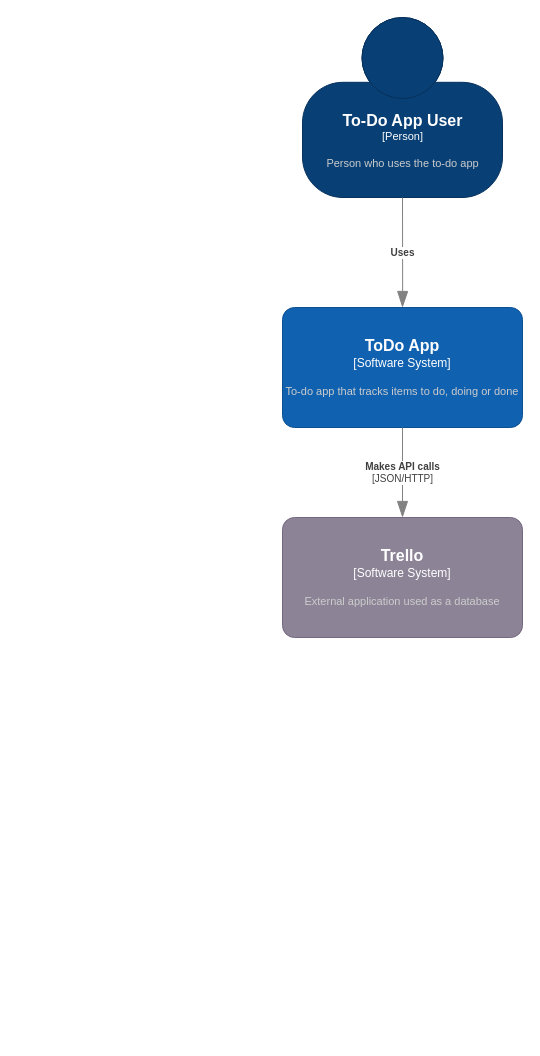
Above: documentation/todoapp_context_diagram.drawio in markrobertdunn/DevOps-Course-Starter (draw.io), before the change. Source tidied: cells renumbered, new cells numbered last; positions are measured from the earlier drawing's top-left corner, leaving out a move shared by most shapes. Both pictures are drawn from the tidied source at 100%, with x=0, y=0 at pixel (282, 17).
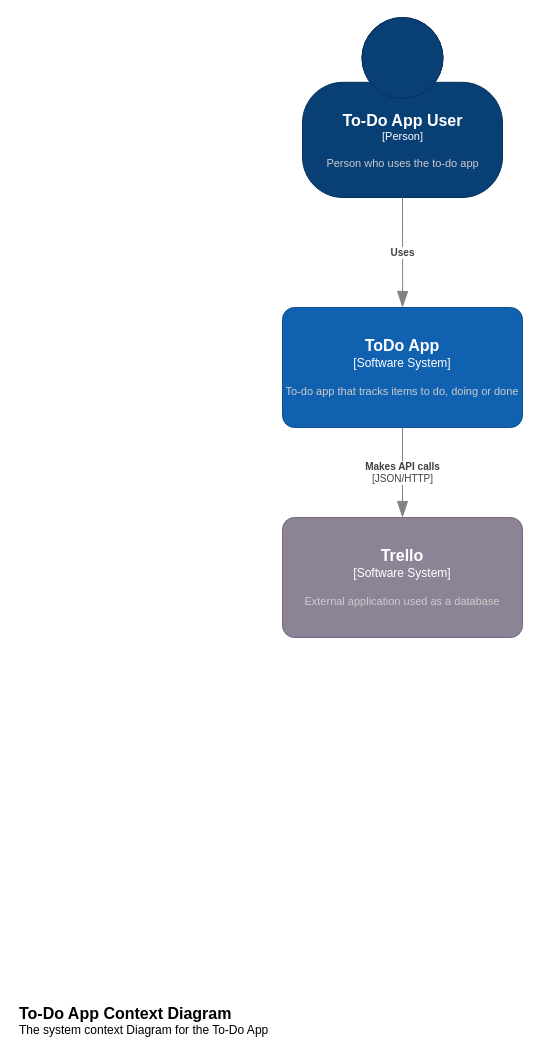
Above is the later version.

Commit message:
completed c4 diagrams

Diff of the diagram source:
```diff
@@
 <mxGraphModel>
   <root>
     <mxCell id="0" />
     <mxCell id="1" parent="0" />
     <object id="2" label="&lt;font style=&quot;font-size: 16px&quot;&gt;&lt;b&gt;%c4Name%&lt;/b&gt;&lt;/font&gt;&lt;div&gt;[%c4Type%]&lt;/div&gt;&lt;br&gt;&lt;div&gt;&lt;font style=&quot;font-size: 11px&quot;&gt;&lt;font color=&quot;#cccccc&quot;&gt;%c4Description%&lt;/font&gt;&lt;/div&gt;" c4Description="Person who uses the to-do app" c4Name="To-Do App User" c4Type="Person" placeholders="1">
       <mxCell style="html=1;fontSize=11;dashed=0;whitespace=wrap;fillColor=#083F75;strokeColor=#06315C;fontColor=#ffffff;shape=mxgraph.c4.person2;align=center;" parent="1" vertex="1">
         <mxGeometry x="20" width="200" height="180" as="geometry" />
       </mxCell>
     </object>
     <object id="3" label="&lt;font style=&quot;font-size: 16px&quot;&gt;&lt;b&gt;%c4Name%&lt;/b&gt;&lt;/font&gt;&lt;div&gt;[%c4Type%]&lt;/div&gt;&lt;br&gt;&lt;div&gt;&lt;font style=&quot;font-size: 11px&quot;&gt;&lt;font color=&quot;#cccccc&quot;&gt;%c4Description%&lt;/font&gt;&lt;/div&gt;" c4Description="To-do app that tracks items to do, doing or done" c4Name="ToDo App" c4Type="Software System" placeholders="1">
       <mxCell style="rounded=1;whiteSpace=wrap;html=1;labelBackgroundColor=none;fillColor=#1061B0;fontColor=#ffffff;align=center;arcSize=10;strokeColor=#0D5091;points=[[0.25,0,0],[0.5,0,0],[0.75,0,0],[1,0.25,0],[1,0.5,0],[1,0.75,0],[0.75,1,0],[0.5,1,0],[0.25,1,0],[0,0.75,0],[0,0.5,0],[0,0.25,0]];" parent="1" vertex="1">
         <mxGeometry y="290" width="240" height="120" as="geometry" />
       </mxCell>
     </object>
     <object id="4" label="&lt;div style=&quot;text-align: left&quot;&gt;&lt;div style=&quot;text-align: center&quot;&gt;&lt;b&gt;%c4Description%&lt;/b&gt;&lt;/div&gt;" c4Description="Uses" placeholders="1">
       <mxCell style="endArrow=blockThin;html=1;fontSize=10;fontColor=#404040;strokeWidth=1;endFill=1;strokeColor=#828282;elbow=vertical;endSize=14;startSize=14;jumpStyle=arc;jumpSize=16;rounded=0;edgeStyle=orthogonalEdgeStyle;entryX=0.5;entryY=0;entryDx=0;entryDy=0;entryPerimeter=0;" parent="1" edge="1" target="3">
         <mxGeometry relative="1" as="geometry">
           <mxPoint x="120" y="180" as="sourcePoint" />
         </mxGeometry>
       </mxCell>
     </object>
     <object id="5" label="&lt;font style=&quot;font-size: 16px&quot;&gt;&lt;b&gt;%c4Name%&lt;/b&gt;&lt;/font&gt;&lt;div&gt;[%c4Type%]&lt;/div&gt;&lt;br&gt;&lt;div&gt;&lt;font style=&quot;font-size: 11px&quot;&gt;&lt;font color=&quot;#cccccc&quot;&gt;%c4Description%&lt;/font&gt;&lt;/div&gt;" c4Description="External application used as a database" c4Name="Trello" c4Type="Software System" placeholders="1">
       <mxCell style="rounded=1;whiteSpace=wrap;html=1;labelBackgroundColor=none;fillColor=#8C8496;fontColor=#ffffff;align=center;arcSize=10;strokeColor=#736782;points=[[0.25,0,0],[0.5,0,0],[0.75,0,0],[1,0.25,0],[1,0.5,0],[1,0.75,0],[0.75,1,0],[0.5,1,0],[0.25,1,0],[0,0.75,0],[0,0.5,0],[0,0.25,0]];" parent="1" vertex="1">
         <mxGeometry y="500" width="240" height="120" as="geometry" />
       </mxCell>
     </object>
     <object id="6" label="&lt;div style=&quot;text-align: left&quot;&gt;&lt;div style=&quot;text-align: center&quot;&gt;&lt;b&gt;%c4Description%&lt;/b&gt;&lt;/div&gt;&lt;div style=&quot;text-align: center&quot;&gt;[%c4Technology%]&lt;/div&gt;&lt;/div&gt;" c4Description="Makes API calls" c4Technology="JSON/HTTP" placeholders="1">
       <mxCell style="endArrow=blockThin;html=1;fontSize=10;fontColor=#404040;strokeWidth=1;endFill=1;strokeColor=#828282;elbow=vertical;endSize=14;startSize=14;jumpStyle=arc;jumpSize=16;rounded=0;edgeStyle=orthogonalEdgeStyle;exitX=0.5;exitY=1;exitDx=0;exitDy=0;exitPerimeter=0;entryX=0.5;entryY=0;entryDx=0;entryDy=0;entryPerimeter=0;" parent="1" edge="1" source="3" target="5">
         <mxGeometry relative="1" as="geometry" />
       </mxCell>
     </object>
+    <object id="7" label="&lt;font style=&quot;font-size: 16px&quot;&gt;&lt;b&gt;&lt;div style=&quot;text-align: left&quot;&gt;%c4Name%&lt;/div&gt;&lt;/b&gt;&lt;/font&gt;&lt;div style=&quot;text-align: left&quot;&gt;%c4Description%&lt;/div&gt;" c4Description="The system context Diagram for the To-Do App" c4Name="To-Do App Context Diagram" placeholders="1">
+      <mxCell style="text;html=1;strokeColor=none;fillColor=none;align=left;verticalAlign=top;whiteSpace=wrap;rounded=0;" parent="1" vertex="1">
+        <mxGeometry x="-265" y="980" width="260" height="40" as="geometry" />
+      </mxCell>
+    </object>
   </root>
 </mxGraphModel>
```
